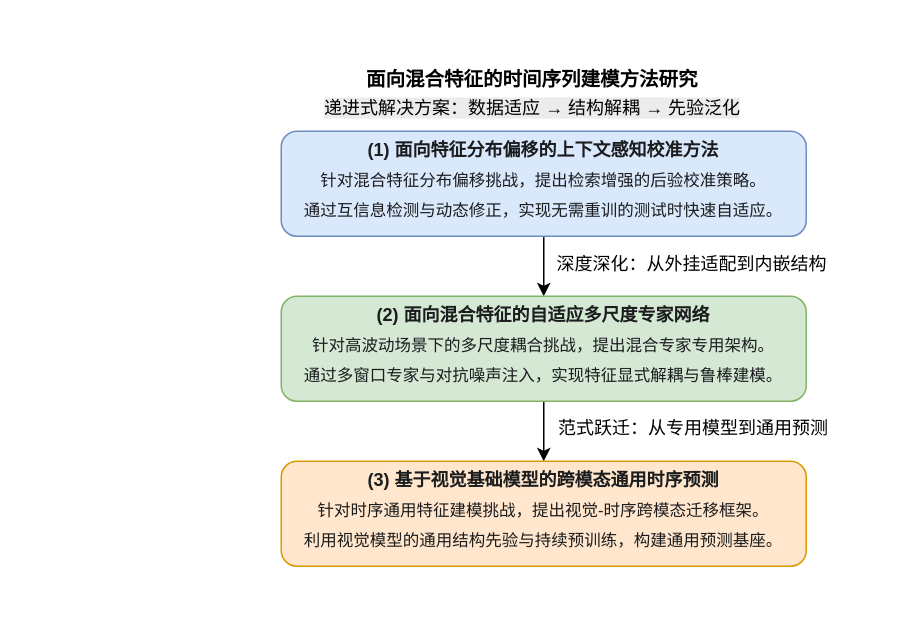
Earlier version of the draw.io diagram 硕士毕业论文图.drawio (HALF111/Research_figures). Source tidied: cells renumbered, new cells numbered last; positions are measured from the earlier drawing's top-left corner, leaving out a move shared by most shapes. Both pictures are drawn from the tidied source at 150%, with x=0, y=0 at pixel (280, 57).
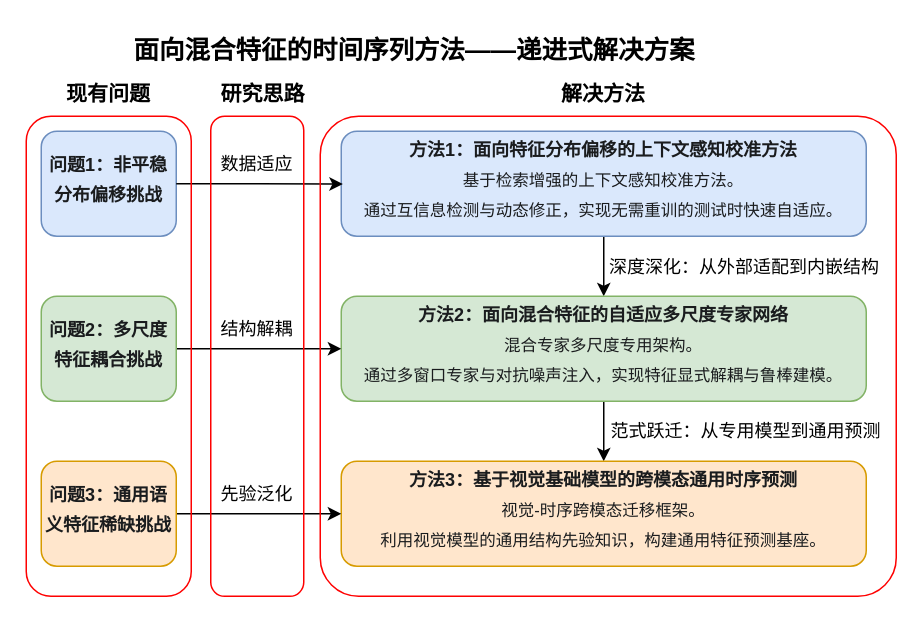
After the change.

Commit message:
更新硕士毕业论文图.drawio

The edit, as a diff of the source:
```diff
@@
-    <mxCell id="3" value="&lt;p class=&quot;ng-star-inserted&quot; style=&quot;box-sizing: border-box; line-height: 20px; font-optical-sizing: auto; margin-bottom: 18px; color: rgb(26, 28, 30);&quot;&gt;&lt;font style=&quot;&quot;&gt;&lt;strong class=&quot;ng-star-inserted&quot; style=&quot;box-sizing: border-box;&quot;&gt;&lt;font&gt;(1) 面向特征分布偏移的上下文感知校准方法&lt;/font&gt;&lt;/strong&gt;&lt;br class=&quot;ng-star-inserted&quot; style=&quot;box-sizing: border-box;&quot;&gt;&lt;font style=&quot;font-size: 11px;&quot;&gt;&lt;span class=&quot;ng-star-inserted&quot; style=&quot;box-sizing: border-box;&quot;&gt;针对混合特征分布偏移&lt;/span&gt;&lt;span class=&quot;ng-star-inserted&quot; style=&quot;box-sizing: border-box;&quot;&gt;挑战，提出检索增强的后验校准策略。&lt;/span&gt;&lt;br class=&quot;ng-star-inserted&quot; style=&quot;box-sizing: border-box;&quot;&gt;&lt;span class=&quot;ng-star-inserted&quot; style=&quot;box-sizing: border-box;&quot;&gt;通过互信息检测与动态修正，实现无需重训的&lt;/span&gt;&lt;span class=&quot;ng-star-inserted&quot; style=&quot;box-sizing: border-box;&quot;&gt;测试时快速自适应&lt;/span&gt;&lt;span class=&quot;ng-star-inserted&quot; style=&quot;box-sizing: border-box;&quot;&gt;。&lt;/span&gt;&lt;/font&gt;&lt;/font&gt;&lt;/p&gt;" style="rounded=1;whiteSpace=wrap;html=1;align=center;fillColor=#dae8fc;strokeColor=#6c8ebf;labelBackgroundColor=none;fontFamily=仿宋;textShadow=0;" parent="1" vertex="1">
-      <mxGeometry y="49" width="350" height="70" as="geometry" />
+    <mxCell id="3" value="&lt;p class=&quot;ng-star-inserted&quot; style=&quot;box-sizing: border-box; line-height: 20px; font-optical-sizing: auto; margin-bottom: 18px; color: rgb(26, 28, 30);&quot;&gt;&lt;font style=&quot;&quot;&gt;&lt;strong class=&quot;ng-star-inserted&quot; style=&quot;box-sizing: border-box;&quot;&gt;&lt;font&gt;方法1：面向特征分布偏移的上下文感知校准方法&lt;/font&gt;&lt;/strong&gt;&lt;br class=&quot;ng-star-inserted&quot; style=&quot;box-sizing: border-box;&quot;&gt;&lt;font style=&quot;font-size: 11px;&quot;&gt;&lt;span class=&quot;ng-star-inserted&quot; style=&quot;box-sizing: border-box;&quot;&gt;基于检索增强的上下文感知校准方法。&lt;/span&gt;&lt;br class=&quot;ng-star-inserted&quot; style=&quot;box-sizing: border-box;&quot;&gt;&lt;span class=&quot;ng-star-inserted&quot; style=&quot;box-sizing: border-box;&quot;&gt;通过互信息检测与动态修正，实现无需重训的&lt;/span&gt;&lt;span class=&quot;ng-star-inserted&quot; style=&quot;box-sizing: border-box;&quot;&gt;测试时快速自适应&lt;/span&gt;&lt;span class=&quot;ng-star-inserted&quot; style=&quot;box-sizing: border-box;&quot;&gt;。&lt;/span&gt;&lt;/font&gt;&lt;/font&gt;&lt;/p&gt;" style="rounded=1;whiteSpace=wrap;html=1;align=center;fillColor=#dae8fc;strokeColor=#6c8ebf;labelBackgroundColor=none;fontFamily=仿宋;textShadow=0;" parent="1" vertex="1">
+      <mxGeometry x="40" y="49" width="350" height="70" as="geometry" />
     </mxCell>
@@
-    <mxCell id="5" value="&lt;p class=&quot;ng-star-inserted&quot; style=&quot;box-sizing: border-box; line-height: 20px; font-optical-sizing: auto; margin-bottom: 18px; color: rgb(26, 28, 30);&quot;&gt;&lt;span style=&quot;background-color: transparent;&quot;&gt;&lt;font color=&quot;#1a1c1e&quot;&gt;&lt;b style=&quot;&quot;&gt;&lt;font&gt;(2) 面向混合特征的自适应多尺度专家网络&lt;/font&gt;&lt;/b&gt;&lt;br&gt;&lt;/font&gt;&lt;/span&gt;&lt;font style=&quot;font-size: 11px;&quot;&gt;&lt;span style=&quot;color: light-dark(rgb(26, 28, 30), rgb(212, 214, 216)); background-color: transparent;&quot;&gt;针对高波动场景下的多尺度耦合挑战，提出混合专家专用架构。&lt;br&gt;&lt;/span&gt;&lt;span style=&quot;color: light-dark(rgb(26, 28, 30), rgb(212, 214, 216)); background-color: transparent;&quot;&gt;通过多窗口专家与对抗噪声注入，实现特征显式解耦与鲁棒建模。&lt;/span&gt;&lt;/font&gt;&lt;/p&gt;" style="rounded=1;whiteSpace=wrap;html=1;align=center;fillColor=#d5e8d4;strokeColor=#82b366;labelBackgroundColor=none;fontFamily=仿宋;textShadow=0;" parent="1" vertex="1">
-      <mxGeometry y="159" width="350" height="70" as="geometry" />
+    <mxCell id="5" value="&lt;p class=&quot;ng-star-inserted&quot; style=&quot;box-sizing: border-box; line-height: 20px; font-optical-sizing: auto; margin-bottom: 18px; color: rgb(26, 28, 30);&quot;&gt;&lt;span style=&quot;background-color: transparent;&quot;&gt;&lt;font color=&quot;#1a1c1e&quot;&gt;&lt;b style=&quot;&quot;&gt;&lt;font&gt;方法2：面向混合特征的自适应多尺度专家网络&lt;/font&gt;&lt;/b&gt;&lt;br&gt;&lt;/font&gt;&lt;/span&gt;&lt;font style=&quot;font-size: 11px;&quot;&gt;&lt;span style=&quot;color: light-dark(rgb(26, 28, 30), rgb(212, 214, 216)); background-color: transparent;&quot;&gt;混合专家多尺度专用架构。&lt;br&gt;&lt;/span&gt;&lt;span style=&quot;color: light-dark(rgb(26, 28, 30), rgb(212, 214, 216)); background-color: transparent;&quot;&gt;通过多窗口专家与对抗噪声注入，实现特征显式解耦与鲁棒建模。&lt;/span&gt;&lt;/font&gt;&lt;/p&gt;" style="rounded=1;whiteSpace=wrap;html=1;align=center;fillColor=#d5e8d4;strokeColor=#82b366;labelBackgroundColor=none;fontFamily=仿宋;textShadow=0;" parent="1" vertex="1">
+      <mxGeometry x="40" y="159" width="350" height="70" as="geometry" />
     </mxCell>
-    <mxCell id="6" value="&lt;p class=&quot;ng-star-inserted&quot; style=&quot;box-sizing: border-box; line-height: 20px; font-optical-sizing: auto; margin-bottom: 18px; color: rgb(26, 28, 30);&quot;&gt;&lt;span style=&quot;color: light-dark(rgb(26, 28, 30), rgb(212, 214, 216)); background-color: transparent;&quot;&gt;&lt;b style=&quot;&quot;&gt;&lt;font&gt;(3) 基于视觉基础模型的跨模态通用时序预测&lt;/font&gt;&lt;/b&gt;&lt;br&gt;&lt;/span&gt;&lt;font style=&quot;font-size: 11px;&quot;&gt;&lt;span style=&quot;background-color: transparent; color: light-dark(rgb(26, 28, 30), rgb(212, 214, 216));&quot;&gt;针对时序通用特征建模挑战，提出视觉-时序跨模态迁移框架。&lt;br&gt;&lt;/span&gt;&lt;span style=&quot;background-color: transparent; color: light-dark(rgb(26, 28, 30), rgb(212, 214, 216));&quot;&gt;利用视觉模型的通用结构先验与持续预训练，构建通用预测基座。&lt;/span&gt;&lt;/font&gt;&lt;/p&gt;" style="rounded=1;whiteSpace=wrap;html=1;align=center;fillColor=#ffe6cc;strokeColor=#d79b00;labelBackgroundColor=none;fontFamily=仿宋;textShadow=0;" parent="1" vertex="1">
-      <mxGeometry y="269" width="350" height="70" as="geometry" />
+    <mxCell id="6" value="&lt;p class=&quot;ng-star-inserted&quot; style=&quot;box-sizing: border-box; line-height: 20px; font-optical-sizing: auto; margin-bottom: 18px; color: rgb(26, 28, 30);&quot;&gt;&lt;span style=&quot;color: light-dark(rgb(26, 28, 30), rgb(212, 214, 216)); background-color: transparent;&quot;&gt;&lt;b style=&quot;&quot;&gt;&lt;font&gt;方法3：基于视觉基础模型的跨模态通用时序预测&lt;/font&gt;&lt;/b&gt;&lt;br&gt;&lt;/span&gt;&lt;font style=&quot;font-size: 11px;&quot;&gt;&lt;span style=&quot;background-color: transparent; color: light-dark(rgb(26, 28, 30), rgb(212, 214, 216));&quot;&gt;视觉-时序跨模态迁移框架。&lt;br&gt;&lt;/span&gt;&lt;span style=&quot;background-color: transparent; color: light-dark(rgb(26, 28, 30), rgb(212, 214, 216));&quot;&gt;利用视觉模型的通用结构先验知识，构建通用特征预测基座。&lt;/span&gt;&lt;/font&gt;&lt;/p&gt;" style="rounded=1;whiteSpace=wrap;html=1;align=center;fillColor=#ffe6cc;strokeColor=#d79b00;labelBackgroundColor=none;fontFamily=仿宋;textShadow=0;" parent="1" vertex="1">
+      <mxGeometry x="40" y="269" width="350" height="70" as="geometry" />
     </mxCell>
-    <mxCell id="7" value="深度深化：从外挂适配到内嵌结构" style="text;whiteSpace=wrap;fontFamily=仿宋;textShadow=0;" parent="1" vertex="1">
-      <mxGeometry x="182" y="124" width="188" height="30" as="geometry" />
+    <mxCell id="7" value="深度深化：从外部适配到内嵌结构" style="text;whiteSpace=wrap;fontFamily=仿宋;textShadow=0;" parent="1" vertex="1">
+      <mxGeometry x="217" y="126" width="188" height="30" as="geometry" />
     </mxCell>
     <mxCell id="8" value="范式跃迁：从专用模型到通用预测" style="text;whiteSpace=wrap;fontFamily=仿宋;textShadow=0;" parent="1" vertex="1">
-      <mxGeometry x="183" y="233" width="187" height="20" as="geometry" />
+      <mxGeometry x="218" y="235" width="187" height="20" as="geometry" />
     </mxCell>
-    <mxCell id="9" value="&lt;div style=&quot;text-align: center;&quot;&gt;&lt;span style=&quot;background-color: transparent; color: light-dark(rgb(0, 0, 0), rgb(255, 255, 255));&quot;&gt;&lt;font face=&quot;仿宋&quot; style=&quot;font-size: 13px;&quot;&gt;&lt;b&gt;面向混合特征的时间序列建模方法研究&lt;/b&gt;&lt;/font&gt;&lt;/span&gt;&lt;/div&gt;&lt;div style=&quot;text-align: center; forced-color-adjust: none; padding: 0px; margin: 0px;&quot;&gt;&lt;br&gt;&lt;/div&gt;" style="text;whiteSpace=wrap;html=1;textShadow=0;" parent="1" vertex="1">
-      <mxGeometry x="55" width="244" height="40" as="geometry" />
+    <mxCell id="9" value="&lt;div style=&quot;text-align: center;&quot;&gt;&lt;span style=&quot;background-color: transparent; color: light-dark(rgb(0, 0, 0), rgb(255, 255, 255));&quot;&gt;&lt;font face=&quot;仿宋&quot; style=&quot;font-size: 17px;&quot;&gt;&lt;b style=&quot;&quot;&gt;面向混合特征的时间序列方法——递进式解决方案&lt;/b&gt;&lt;/font&gt;&lt;/span&gt;&lt;/div&gt;" style="text;whiteSpace=wrap;html=1;textShadow=0;" parent="1" vertex="1">
+      <mxGeometry x="-100" y="-21" width="380" height="30" as="geometry" />
     </mxCell>
-    <mxCell id="10" value="&lt;span style=&quot;color: rgb(0, 0, 0); font-family: 仿宋; font-size: 12px; font-style: normal; font-variant-ligatures: normal; font-variant-caps: normal; font-weight: 400; letter-spacing: normal; orphans: 2; text-align: center; text-indent: 0px; text-transform: none; widows: 2; word-spacing: 0px; -webkit-text-stroke-width: 0px; white-space: normal; background-color: rgb(236, 236, 236); text-decoration-thickness: initial; text-decoration-style: initial; text-decoration-color: initial; display: inline !important; float: none;&quot;&gt;递进式解决方案：数据适应 → 结构解耦 → 先验泛化&lt;/span&gt;" style="text;whiteSpace=wrap;html=1;textShadow=0;" parent="1" vertex="1">
-      <mxGeometry x="27" y="20" width="296" height="29" as="geometry" />
-    </mxCell>
+    <mxCell id="11" value="&lt;p class=&quot;ng-star-inserted&quot; style=&quot;box-sizing: border-box; line-height: 20px; font-optical-sizing: auto; margin-bottom: 18px; color: rgb(26, 28, 30);&quot;&gt;&lt;font style=&quot;&quot;&gt;&lt;strong class=&quot;ng-star-inserted&quot; style=&quot;box-sizing: border-box;&quot;&gt;&lt;font&gt;问题1：非平稳分布偏移挑战&lt;/font&gt;&lt;/strong&gt;&lt;/font&gt;&lt;/p&gt;" style="rounded=1;whiteSpace=wrap;html=1;align=center;fillColor=#dae8fc;strokeColor=#6c8ebf;labelBackgroundColor=none;fontFamily=仿宋;textShadow=0;" parent="1" vertex="1">
+      <mxGeometry x="-160" y="49" width="90" height="70" as="geometry" />
+    </mxCell>
+    <mxCell id="12" style="edgeStyle=orthogonalEdgeStyle;rounded=0;jettySize=auto;html=1;entryX=0.003;entryY=0.503;entryDx=0;entryDy=0;entryPerimeter=0;" parent="1" edge="1" source="11" target="3">
+      <mxGeometry relative="1" as="geometry" />
+    </mxCell>
+    <mxCell id="13" value="&lt;div style=&quot;text-align: center;&quot;&gt;&lt;span style=&quot;background-color: transparent; color: light-dark(rgb(0, 0, 0), rgb(255, 255, 255));&quot;&gt;&lt;font face=&quot;仿宋&quot;&gt;数据适应&lt;/font&gt;&lt;/span&gt;&lt;/div&gt;" style="text;whiteSpace=wrap;html=1;textShadow=0;" parent="1" vertex="1">
+      <mxGeometry x="-42" y="57" width="60" height="29" as="geometry" />
+    </mxCell>
+    <mxCell id="14" style="edgeStyle=orthogonalEdgeStyle;rounded=0;jettySize=auto;html=1;" parent="1" edge="1" source="15" target="5">
+      <mxGeometry relative="1" as="geometry" />
+    </mxCell>
+    <mxCell id="15" value="&lt;p class=&quot;ng-star-inserted&quot; style=&quot;box-sizing: border-box; line-height: 20px; font-optical-sizing: auto; margin-bottom: 18px; color: rgb(26, 28, 30);&quot;&gt;&lt;font style=&quot;&quot;&gt;&lt;strong class=&quot;ng-star-inserted&quot; style=&quot;box-sizing: border-box;&quot;&gt;&lt;font&gt;问题2：多尺度特征耦合挑战&lt;/font&gt;&lt;/strong&gt;&lt;/font&gt;&lt;/p&gt;" style="rounded=1;whiteSpace=wrap;html=1;align=center;fillColor=#d5e8d4;strokeColor=#82b366;labelBackgroundColor=none;fontFamily=仿宋;textShadow=0;" parent="1" vertex="1">
+      <mxGeometry x="-160" y="159" width="90" height="70" as="geometry" />
+    </mxCell>
+    <mxCell id="16" style="edgeStyle=orthogonalEdgeStyle;rounded=0;jettySize=auto;html=1;" parent="1" edge="1" source="17" target="6">
+      <mxGeometry relative="1" as="geometry" />
+    </mxCell>
+    <mxCell id="17" value="&lt;p class=&quot;ng-star-inserted&quot; style=&quot;box-sizing: border-box; line-height: 20px; font-optical-sizing: auto; margin-bottom: 18px; color: rgb(26, 28, 30);&quot;&gt;&lt;font style=&quot;&quot;&gt;&lt;strong class=&quot;ng-star-inserted&quot; style=&quot;box-sizing: border-box;&quot;&gt;&lt;font&gt;问题3：通用语义特征稀缺挑战&lt;/font&gt;&lt;/strong&gt;&lt;/font&gt;&lt;/p&gt;" style="rounded=1;whiteSpace=wrap;html=1;align=center;fillColor=#ffe6cc;strokeColor=#d79b00;labelBackgroundColor=none;fontFamily=仿宋;textShadow=0;" parent="1" vertex="1">
+      <mxGeometry x="-160" y="269" width="90" height="70" as="geometry" />
+    </mxCell>
+    <mxCell id="18" value="&lt;div style=&quot;text-align: center;&quot;&gt;&lt;span style=&quot;background-color: transparent; color: light-dark(rgb(0, 0, 0), rgb(255, 255, 255));&quot;&gt;&lt;font face=&quot;仿宋&quot;&gt;结构解耦&lt;/font&gt;&lt;/span&gt;&lt;/div&gt;" style="text;whiteSpace=wrap;html=1;textShadow=0;" parent="1" vertex="1">
+      <mxGeometry x="-42" y="167" width="60" height="29" as="geometry" />
+    </mxCell>
+    <mxCell id="19" value="&lt;div style=&quot;text-align: center;&quot;&gt;&lt;font face=&quot;仿宋&quot;&gt;先验泛化&lt;/font&gt;&lt;/div&gt;" style="text;whiteSpace=wrap;html=1;textShadow=0;" parent="1" vertex="1">
+      <mxGeometry x="-42" y="277" width="60" height="29" as="geometry" />
+    </mxCell>
+    <mxCell id="20" style="rounded=1;whiteSpace=wrap;html=1;fillColor=none;strokeColor=light-dark(#fe0101, #ededed);" parent="1" vertex="1">
+      <mxGeometry x="-170" y="39" width="110" height="320" as="geometry" />
+    </mxCell>
+    <mxCell id="21" style="rounded=1;whiteSpace=wrap;html=1;fillColor=none;strokeColor=light-dark(#fe0101, #ededed);" parent="1" vertex="1">
+      <mxGeometry x="-47" y="39" width="62" height="320" as="geometry" />
+    </mxCell>
+    <mxCell id="22" style="rounded=1;whiteSpace=wrap;html=1;fillColor=none;strokeColor=light-dark(#fe0101, #ededed);miterlimit=4;arcSize=8;" parent="1" vertex="1">
+      <mxGeometry x="26" y="39" width="384" height="320" as="geometry" />
+    </mxCell>
+    <mxCell id="23" value="&lt;div style=&quot;text-align: center;&quot;&gt;&lt;font face=&quot;仿宋&quot;&gt;&lt;span style=&quot;font-size: 14px;&quot;&gt;&lt;span&gt;现有问题&lt;/span&gt;&lt;/span&gt;&lt;/font&gt;&lt;/div&gt;" style="text;whiteSpace=wrap;html=1;textShadow=0;fontStyle=1;" parent="1" vertex="1">
+      <mxGeometry x="-145" y="9" width="60" height="30" as="geometry" />
+    </mxCell>
+    <mxCell id="24" value="&lt;div style=&quot;text-align: center;&quot;&gt;&lt;font face=&quot;仿宋&quot;&gt;&lt;span style=&quot;font-size: 14px;&quot;&gt;&lt;b&gt;研究思路&lt;/b&gt;&lt;/span&gt;&lt;/font&gt;&lt;/div&gt;" style="text;whiteSpace=wrap;html=1;textShadow=0;" parent="1" vertex="1">
+      <mxGeometry x="-42" y="9" width="60" height="30" as="geometry" />
+    </mxCell>
+    <mxCell id="25" value="&lt;div style=&quot;text-align: center;&quot;&gt;&lt;font face=&quot;仿宋&quot;&gt;&lt;span style=&quot;font-size: 14px;&quot;&gt;&lt;b&gt;解决方法&lt;/b&gt;&lt;/span&gt;&lt;/font&gt;&lt;/div&gt;" style="text;whiteSpace=wrap;html=1;textShadow=0;" parent="1" vertex="1">
+      <mxGeometry x="185" y="9" width="60" height="30" as="geometry" />
+    </mxCell>
```
